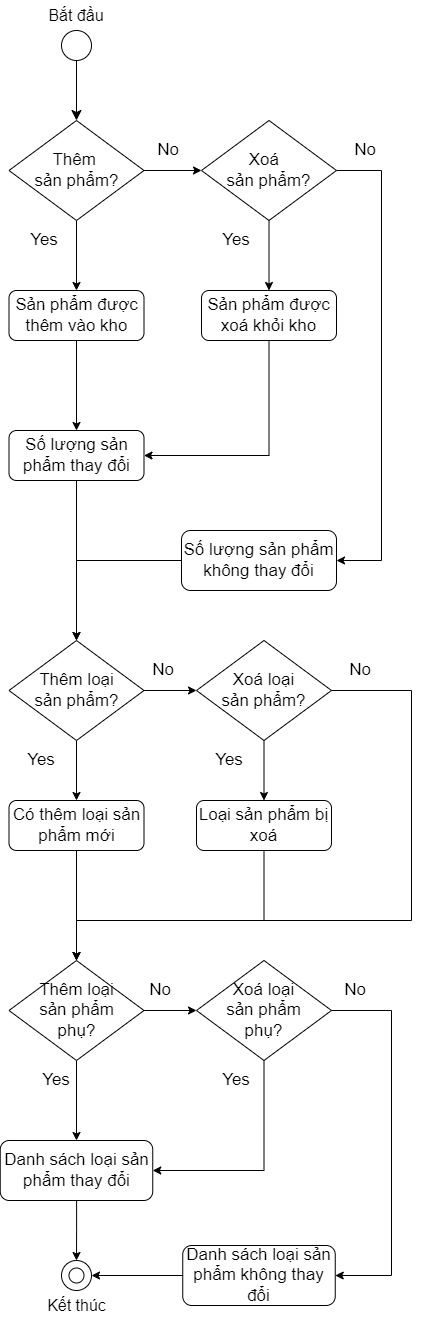
This is Workflow (Manual Testing)/Manage Prod (Admin).png from datnham0212/PC-E-commerce, a draw.io export, as it was before one commit. Source tidied: cells renumbered, new cells last; positions are measured from the earlier drawing's top-left corner, leaving out a move shared by most shapes.
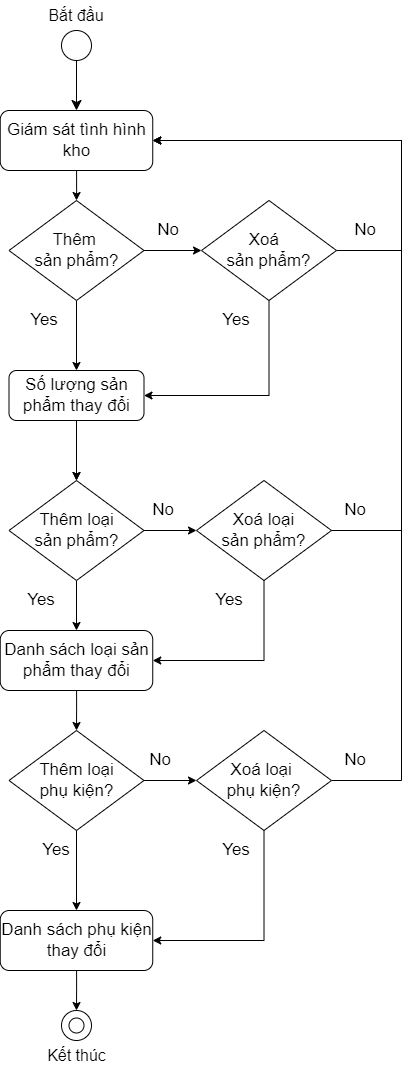
The same file after the commit.

The edit, as a diff of the source:
```diff
@@ -2,11 +2,11 @@
   <root>
     <mxCell id="0" />
     <mxCell id="1" parent="0" />
-    <mxCell id="2" style="edgeStyle=none;curved=1;rounded=0;jettySize=auto;html=1;fontSize=12;startSize=8;endSize=8;entryX=0.5;entryY=0;entryDx=0;entryDy=0;" parent="1" edge="1" source="4" target="13">
+    <mxCell id="2" style="edgeStyle=none;curved=1;rounded=0;jettySize=auto;html=1;fontSize=12;startSize=8;endSize=8;entryX=0.5;entryY=0;entryDx=0;entryDy=0;" parent="1" edge="1" source="4" target="56">
       <mxGeometry relative="1" as="geometry" />
     </mxCell>
     <mxCell id="3" style="group;" parent="1" vertex="1">
-      <mxGeometry x="46" width="60" height="60" as="geometry" />
+      <mxGeometry x="46" y="160" width="60" height="60" as="geometry" />
     </mxCell>
     <mxCell id="4" style="ellipse;whiteSpace=wrap;html=1;" parent="3" vertex="1">
       <mxGeometry x="15" y="30" width="30" height="30" as="geometry" />
@@ -15,7 +15,7 @@
       <mxGeometry width="60" height="30" as="geometry" />
     </mxCell>
     <mxCell id="6" style="group;" parent="1" vertex="1">
-      <mxGeometry x="38.5" y="1260" width="75" height="60" as="geometry" />
+      <mxGeometry x="38.5" y="1170" width="75" height="60" as="geometry" />
     </mxCell>
     <mxCell id="7" style="group;" parent="6" vertex="1">
       <mxGeometry x="22.5" width="30" height="30" as="geometry" />
@@ -36,62 +36,47 @@
       <mxGeometry relative="1" as="geometry" />
     </mxCell>
     <mxCell id="13" value="&lt;span style=&quot;font-size: 17px;&quot;&gt;Thêm&amp;nbsp;&lt;/span&gt;&lt;div&gt;&lt;span style=&quot;font-size: 17px;&quot;&gt;sản phẩm?&lt;/span&gt;&lt;/div&gt;" style="rhombus;whiteSpace=wrap;html=1;" parent="1" vertex="1">
-      <mxGeometry x="8.5" y="120" width="135" height="100" as="geometry" />
+      <mxGeometry x="8.5" y="360" width="135" height="100" as="geometry" />
     </mxCell>
-    <mxCell id="14" style="edgeStyle=orthogonalEdgeStyle;rounded=0;jettySize=auto;html=1;entryX=0.5;entryY=0;entryDx=0;entryDy=0;" parent="1" edge="1" source="15" target="26">
+    <mxCell id="14" style="edgeStyle=orthogonalEdgeStyle;rounded=0;jettySize=auto;html=1;entryX=0.5;entryY=0;entryDx=0;entryDy=0;" parent="1" edge="1" source="15" target="31">
       <mxGeometry relative="1" as="geometry" />
     </mxCell>
-    <mxCell id="15" value="&lt;font style=&quot;font-size: 17px;&quot;&gt;Sản phẩm được thêm vào kho&lt;/font&gt;" style="rounded=1;whiteSpace=wrap;html=1;" parent="1" vertex="1">
-      <mxGeometry x="8.5" y="290" width="135" height="50" as="geometry" />
+    <mxCell id="15" value="&lt;font style=&quot;font-size: 17px;&quot;&gt;Số lượng sản phẩm thay đổi&lt;/font&gt;" style="rounded=1;whiteSpace=wrap;html=1;" parent="1" vertex="1">
+      <mxGeometry x="8.5" y="530" width="135" height="50" as="geometry" />
     </mxCell>
+    <mxCell id="57" style="edgeStyle=orthogonalEdgeStyle;rounded=0;jettySize=auto;html=1;exitX=0;exitY=1;exitDx=0;exitDy=0;entryX=1;entryY=0.5;entryDx=0;entryDy=0;" parent="1" edge="1" source="16" target="56">
+      <mxGeometry relative="1" as="geometry">
+        <Array as="points">
+          <mxPoint x="401" y="410" />
+          <mxPoint x="401" y="300" />
+        </Array>
+      </mxGeometry>
+    </mxCell>
     <mxCell id="16" value="&lt;font style=&quot;font-size: 17px;&quot;&gt;No&lt;/font&gt;" style="text;html=1;align=center;verticalAlign=middle;whiteSpace=wrap;rounded=0;" parent="1" vertex="1">
-      <mxGeometry x="331" y="130" width="67.5" height="40" as="geometry" />
+      <mxGeometry x="331" y="370" width="67.5" height="40" as="geometry" />
     </mxCell>
-    <mxCell id="17" style="edgeStyle=orthogonalEdgeStyle;rounded=0;jettySize=auto;html=1;entryX=0.5;entryY=0;entryDx=0;entryDy=0;" parent="1" edge="1" source="19" target="24">
-      <mxGeometry relative="1" as="geometry" />
+    <mxCell id="17" style="edgeStyle=orthogonalEdgeStyle;rounded=0;jettySize=auto;html=1;entryX=1;entryY=0.5;entryDx=0;entryDy=0;" parent="1" edge="1" source="19" target="15">
+      <mxGeometry relative="1" as="geometry">
+        <Array as="points">
+          <mxPoint x="269" y="555" />
+        </Array>
+      </mxGeometry>
     </mxCell>
-    <mxCell id="18" style="edgeStyle=orthogonalEdgeStyle;rounded=0;jettySize=auto;html=1;entryX=1;entryY=0.5;entryDx=0;entryDy=0;" parent="1" edge="1" source="19" target="28">
-      <mxGeometry relative="1" as="geometry">
-        <Array as="points">
-          <mxPoint x="381" y="170" />
-          <mxPoint x="381" y="560" />
-        </Array>
-      </mxGeometry>
-    </mxCell>
     <mxCell id="19" value="&lt;span style=&quot;font-size: 17px;&quot;&gt;Xoá&amp;nbsp;&amp;nbsp;&lt;/span&gt;&lt;div&gt;&lt;span style=&quot;font-size: 17px;&quot;&gt;sản phẩm?&lt;/span&gt;&lt;/div&gt;" style="rhombus;whiteSpace=wrap;html=1;" parent="1" vertex="1">
-      <mxGeometry x="201" y="120" width="135" height="100" as="geometry" />
+      <mxGeometry x="201" y="360" width="135" height="100" as="geometry" />
     </mxCell>
     <mxCell id="20" value="&lt;font style=&quot;font-size: 17px;&quot;&gt;No&lt;/font&gt;" style="text;html=1;align=center;verticalAlign=middle;whiteSpace=wrap;rounded=0;" parent="1" vertex="1">
-      <mxGeometry x="133.5" y="130" width="67.5" height="40" as="geometry" />
+      <mxGeometry x="133.5" y="370" width="67.5" height="40" as="geometry" />
     </mxCell>
     <mxCell id="21" value="&lt;font style=&quot;font-size: 17px;&quot;&gt;Yes&lt;/font&gt;" style="text;html=1;align=center;verticalAlign=middle;whiteSpace=wrap;rounded=0;" parent="1" vertex="1">
-      <mxGeometry x="8.5" y="220" width="70" height="40" as="geometry" />
+      <mxGeometry x="8.5" y="460" width="70" height="40" as="geometry" />
     </mxCell>
     <mxCell id="22" value="&lt;font style=&quot;font-size: 17px;&quot;&gt;Yes&lt;/font&gt;" style="text;html=1;align=center;verticalAlign=middle;whiteSpace=wrap;rounded=0;" parent="1" vertex="1">
-      <mxGeometry x="201" y="220" width="70" height="40" as="geometry" />
+      <mxGeometry x="201" y="460" width="70" height="40" as="geometry" />
     </mxCell>
-    <mxCell id="23" style="edgeStyle=orthogonalEdgeStyle;rounded=0;jettySize=auto;html=1;entryX=1;entryY=0.5;entryDx=0;entryDy=0;" parent="1" edge="1" source="24" target="26">
-      <mxGeometry relative="1" as="geometry">
-        <Array as="points">
-          <mxPoint x="269" y="455" />
-        </Array>
-      </mxGeometry>
-    </mxCell>
-    <mxCell id="24" value="&lt;font style=&quot;font-size: 17px;&quot;&gt;Sản phẩm được xoá khỏi kho&lt;/font&gt;" style="rounded=1;whiteSpace=wrap;html=1;" parent="1" vertex="1">
-      <mxGeometry x="201" y="290" width="135" height="50" as="geometry" />
-    </mxCell>
-    <mxCell id="25" style="edgeStyle=orthogonalEdgeStyle;rounded=0;jettySize=auto;html=1;entryX=0.5;entryY=0;entryDx=0;entryDy=0;" parent="1" edge="1" source="26" target="31">
+    <mxCell id="25" style="edgeStyle=orthogonalEdgeStyle;rounded=0;jettySize=auto;html=1;entryX=0.5;entryY=0;entryDx=0;entryDy=0;exitX=0.5;exitY=1;exitDx=0;exitDy=0;" parent="1" edge="1" source="15" target="31">
       <mxGeometry relative="1" as="geometry" />
     </mxCell>
-    <mxCell id="26" value="&lt;font style=&quot;font-size: 17px;&quot;&gt;Số lượng sản phẩm thay đổi&lt;/font&gt;" style="rounded=1;whiteSpace=wrap;html=1;" parent="1" vertex="1">
-      <mxGeometry x="8.5" y="430" width="135" height="50" as="geometry" />
-    </mxCell>
-    <mxCell id="27" style="edgeStyle=orthogonalEdgeStyle;rounded=0;jettySize=auto;html=1;entryX=0.5;entryY=0;entryDx=0;entryDy=0;" parent="1" edge="1" source="28" target="31">
-      <mxGeometry relative="1" as="geometry" />
-    </mxCell>
-    <mxCell id="28" value="&lt;font style=&quot;font-size: 17px;&quot;&gt;Số lượng sản phẩm không thay đổi&lt;/font&gt;" style="rounded=1;whiteSpace=wrap;html=1;" parent="1" vertex="1">
-      <mxGeometry x="181" y="530" width="155" height="60" as="geometry" />
-    </mxCell>
     <mxCell id="29" style="edgeStyle=orthogonalEdgeStyle;rounded=0;jettySize=auto;html=1;entryX=0;entryY=0.5;entryDx=0;entryDy=0;" parent="1" edge="1" source="31" target="34">
       <mxGeometry relative="1" as="geometry" />
     </mxCell>
@@ -101,18 +86,13 @@
     <mxCell id="31" value="&lt;span style=&quot;font-size: 17px;&quot;&gt;Thêm loại&lt;/span&gt;&lt;div&gt;&lt;span style=&quot;font-size: 17px;&quot;&gt;sản phẩm?&lt;/span&gt;&lt;/div&gt;" style="rhombus;whiteSpace=wrap;html=1;" parent="1" vertex="1">
       <mxGeometry x="8.5" y="640" width="135" height="100" as="geometry" />
     </mxCell>
-    <mxCell id="32" style="edgeStyle=orthogonalEdgeStyle;rounded=0;jettySize=auto;html=1;entryX=0.5;entryY=0;entryDx=0;entryDy=0;" parent="1" edge="1" source="34" target="47">
-      <mxGeometry relative="1" as="geometry" />
+    <mxCell id="32" style="edgeStyle=orthogonalEdgeStyle;rounded=0;jettySize=auto;html=1;entryX=1;entryY=0.5;entryDx=0;entryDy=0;" parent="1" edge="1" source="34" target="44">
+      <mxGeometry relative="1" as="geometry">
+        <Array as="points">
+          <mxPoint x="264" y="820" />
+        </Array>
+      </mxGeometry>
     </mxCell>
-    <mxCell id="33" style="edgeStyle=orthogonalEdgeStyle;rounded=0;jettySize=auto;html=1;entryX=0.5;entryY=0;entryDx=0;entryDy=0;" parent="1" edge="1" source="34" target="37">
-      <mxGeometry relative="1" as="geometry">
-        <Array as="points">
-          <mxPoint x="411" y="690" />
-          <mxPoint x="411" y="920" />
-          <mxPoint x="76" y="920" />
-        </Array>
-      </mxGeometry>
-    </mxCell>
     <mxCell id="34" value="&lt;span style=&quot;font-size: 17px;&quot;&gt;Xoá loại&lt;/span&gt;&lt;div&gt;&lt;span style=&quot;font-size: 17px;&quot;&gt;sản phẩm?&lt;/span&gt;&lt;/div&gt;" style="rhombus;whiteSpace=wrap;html=1;" parent="1" vertex="1">
       <mxGeometry x="196" y="640" width="135" height="100" as="geometry" />
     </mxCell>
@@ -122,26 +102,26 @@
     <mxCell id="36" style="edgeStyle=orthogonalEdgeStyle;rounded=0;jettySize=auto;html=1;entryX=0.5;entryY=0;entryDx=0;entryDy=0;" parent="1" edge="1" source="37" target="51">
       <mxGeometry relative="1" as="geometry" />
     </mxCell>
-    <mxCell id="37" value="&lt;span style=&quot;font-size: 17px;&quot;&gt;Thêm loại&lt;/span&gt;&lt;div&gt;&lt;span style=&quot;font-size: 17px;&quot;&gt;sản phẩm&lt;/span&gt;&lt;/div&gt;&lt;div&gt;&lt;span style=&quot;font-size: 17px;&quot;&gt;phụ?&lt;/span&gt;&lt;/div&gt;" style="rhombus;whiteSpace=wrap;html=1;" parent="1" vertex="1">
-      <mxGeometry x="8.5" y="960" width="135" height="100" as="geometry" />
+    <mxCell id="37" value="&lt;span style=&quot;font-size: 17px;&quot;&gt;Thêm loại&lt;/span&gt;&lt;div&gt;&lt;span style=&quot;font-size: 17px;&quot;&gt;phụ kiện?&lt;/span&gt;&lt;/div&gt;" style="rhombus;whiteSpace=wrap;html=1;" parent="1" vertex="1">
+      <mxGeometry x="8.5" y="890" width="135" height="100" as="geometry" />
     </mxCell>
     <mxCell id="38" style="edgeStyle=orthogonalEdgeStyle;rounded=0;jettySize=auto;html=1;entryX=1;entryY=0.5;entryDx=0;entryDy=0;" parent="1" edge="1" source="40" target="51">
       <mxGeometry relative="1" as="geometry">
         <Array as="points">
-          <mxPoint x="264" y="1170" />
+          <mxPoint x="264" y="1100" />
         </Array>
       </mxGeometry>
     </mxCell>
-    <mxCell id="39" style="edgeStyle=orthogonalEdgeStyle;rounded=0;jettySize=auto;html=1;exitX=1;exitY=0.5;exitDx=0;exitDy=0;entryX=1;entryY=0.5;entryDx=0;entryDy=0;" parent="1" edge="1" source="40" target="56">
+    <mxCell id="39" style="edgeStyle=orthogonalEdgeStyle;rounded=0;jettySize=auto;html=1;entryX=1;entryY=0.5;entryDx=0;entryDy=0;exitX=1;exitY=0.5;exitDx=0;exitDy=0;" parent="1" edge="1" source="40" target="56">
       <mxGeometry relative="1" as="geometry">
         <Array as="points">
-          <mxPoint x="391" y="1010" />
-          <mxPoint x="391" y="1275" />
+          <mxPoint x="401" y="940" />
+          <mxPoint x="401" y="300" />
         </Array>
       </mxGeometry>
     </mxCell>
-    <mxCell id="40" value="&lt;span style=&quot;font-size: 17px;&quot;&gt;Xoá loại&lt;/span&gt;&lt;div&gt;&lt;span style=&quot;font-size: 17px;&quot;&gt;sản phẩm&lt;/span&gt;&lt;/div&gt;&lt;div&gt;&lt;span style=&quot;font-size: 17px;&quot;&gt;phụ?&lt;/span&gt;&lt;/div&gt;" style="rhombus;whiteSpace=wrap;html=1;" parent="1" vertex="1">
-      <mxGeometry x="196" y="960" width="135" height="100" as="geometry" />
+    <mxCell id="40" value="&lt;span style=&quot;font-size: 17px;&quot;&gt;Xoá loại&amp;nbsp;&lt;/span&gt;&lt;div&gt;&lt;span style=&quot;font-size: 17px;&quot;&gt;phụ kiện?&lt;/span&gt;&lt;/div&gt;" style="rhombus;whiteSpace=wrap;html=1;" parent="1" vertex="1">
+      <mxGeometry x="196" y="890" width="135" height="100" as="geometry" />
     </mxCell>
     <mxCell id="41" value="&lt;font style=&quot;font-size: 17px;&quot;&gt;No&lt;/font&gt;" style="text;html=1;align=center;verticalAlign=middle;whiteSpace=wrap;rounded=0;" parent="1" vertex="1">
       <mxGeometry x="128.5" y="650" width="67.5" height="40" as="geometry" />
@@ -152,49 +132,46 @@
     <mxCell id="43" style="edgeStyle=orthogonalEdgeStyle;rounded=0;jettySize=auto;html=1;entryX=0.5;entryY=0;entryDx=0;entryDy=0;" parent="1" edge="1" source="44" target="37">
       <mxGeometry relative="1" as="geometry" />
     </mxCell>
-    <mxCell id="44" value="&lt;font style=&quot;font-size: 17px;&quot;&gt;Có thêm loại sản phẩm mới&lt;/font&gt;" style="rounded=1;whiteSpace=wrap;html=1;" parent="1" vertex="1">
-      <mxGeometry x="8.5" y="800" width="135" height="50" as="geometry" />
+    <mxCell id="44" value="&lt;font style=&quot;font-size: 17px;&quot;&gt;Danh sách loại sản phẩm thay đổi&lt;/font&gt;" style="rounded=1;whiteSpace=wrap;html=1;" parent="1" vertex="1">
+      <mxGeometry x="-0.2" y="790" width="152.5" height="60" as="geometry" />
     </mxCell>
     <mxCell id="45" value="&lt;font style=&quot;font-size: 17px;&quot;&gt;Yes&lt;/font&gt;" style="text;html=1;align=center;verticalAlign=middle;whiteSpace=wrap;rounded=0;" parent="1" vertex="1">
       <mxGeometry x="193.5" y="740" width="70" height="40" as="geometry" />
     </mxCell>
-    <mxCell id="46" style="edgeStyle=orthogonalEdgeStyle;rounded=0;jettySize=auto;html=1;entryX=0.5;entryY=0;entryDx=0;entryDy=0;" parent="1" edge="1" source="47" target="37">
-      <mxGeometry relative="1" as="geometry">
-        <Array as="points">
-          <mxPoint x="264" y="920" />
-          <mxPoint x="76" y="920" />
-        </Array>
-      </mxGeometry>
-    </mxCell>
-    <mxCell id="47" value="&lt;font style=&quot;font-size: 17px;&quot;&gt;Loại sản phẩm bị xoá&lt;/font&gt;" style="rounded=1;whiteSpace=wrap;html=1;" parent="1" vertex="1">
-      <mxGeometry x="196" y="800" width="135" height="50" as="geometry" />
-    </mxCell>
+    <mxCell id="58" style="edgeStyle=orthogonalEdgeStyle;rounded=0;jettySize=auto;html=1;entryX=1;entryY=0.5;entryDx=0;entryDy=0;exitX=1;exitY=0.5;exitDx=0;exitDy=0;" parent="1" edge="1" source="34" target="56">
+      <mxGeometry relative="1" as="geometry">
+        <Array as="points">
+          <mxPoint x="401" y="690" />
+          <mxPoint x="401" y="300" />
+        </Array>
+      </mxGeometry>
+    </mxCell>
     <mxCell id="48" value="&lt;font style=&quot;font-size: 17px;&quot;&gt;No&lt;/font&gt;" style="text;html=1;align=center;verticalAlign=middle;whiteSpace=wrap;rounded=0;" parent="1" vertex="1">
-      <mxGeometry x="326" y="650" width="67.5" height="40" as="geometry" />
+      <mxGeometry x="321" y="650" width="67.5" height="40" as="geometry" />
     </mxCell>
     <mxCell id="49" value="&lt;font style=&quot;font-size: 17px;&quot;&gt;No&lt;/font&gt;" style="text;html=1;align=center;verticalAlign=middle;whiteSpace=wrap;rounded=0;" parent="1" vertex="1">
-      <mxGeometry x="126" y="970" width="67.5" height="40" as="geometry" />
+      <mxGeometry x="126" y="900" width="67.5" height="40" as="geometry" />
     </mxCell>
     <mxCell id="50" style="edgeStyle=orthogonalEdgeStyle;rounded=0;jettySize=auto;html=1;entryX=0.5;entryY=0;entryDx=0;entryDy=0;" parent="1" edge="1" source="51" target="8">
       <mxGeometry relative="1" as="geometry" />
     </mxCell>
-    <mxCell id="51" value="&lt;font style=&quot;font-size: 17px;&quot;&gt;Danh sách loại sản phẩm thay đổi&lt;/font&gt;" style="rounded=1;whiteSpace=wrap;html=1;" parent="1" vertex="1">
-      <mxGeometry x="-0.2" y="1140" width="152.5" height="60" as="geometry" />
+    <mxCell id="51" value="&lt;font style=&quot;font-size: 17px;&quot;&gt;Danh sách phụ kiện thay đổi&lt;/font&gt;" style="rounded=1;whiteSpace=wrap;html=1;" parent="1" vertex="1">
+      <mxGeometry x="-0.2" y="1070" width="152.5" height="60" as="geometry" />
     </mxCell>
     <mxCell id="52" value="&lt;font style=&quot;font-size: 17px;&quot;&gt;Yes&lt;/font&gt;" style="text;html=1;align=center;verticalAlign=middle;whiteSpace=wrap;rounded=0;" parent="1" vertex="1">
-      <mxGeometry x="21" y="1060" width="70" height="40" as="geometry" />
+      <mxGeometry x="21" y="990" width="70" height="40" as="geometry" />
     </mxCell>
     <mxCell id="53" value="&lt;font style=&quot;font-size: 17px;&quot;&gt;Yes&lt;/font&gt;" style="text;html=1;align=center;verticalAlign=middle;whiteSpace=wrap;rounded=0;" parent="1" vertex="1">
-      <mxGeometry x="201" y="1060" width="70" height="40" as="geometry" />
+      <mxGeometry x="201" y="990" width="70" height="40" as="geometry" />
     </mxCell>
     <mxCell id="54" value="&lt;font style=&quot;font-size: 17px;&quot;&gt;No&lt;/font&gt;" style="text;html=1;align=center;verticalAlign=middle;whiteSpace=wrap;rounded=0;" parent="1" vertex="1">
-      <mxGeometry x="321" y="970" width="67.5" height="40" as="geometry" />
+      <mxGeometry x="321" y="900" width="67.5" height="40" as="geometry" />
     </mxCell>
-    <mxCell id="55" style="edgeStyle=orthogonalEdgeStyle;rounded=0;jettySize=auto;html=1;entryX=1;entryY=0.5;entryDx=0;entryDy=0;" parent="1" edge="1" source="56" target="8">
-      <mxGeometry relative="1" as="geometry" />
-    </mxCell>
+    <mxCell id="59" style="edgeStyle=orthogonalEdgeStyle;rounded=0;jettySize=auto;html=1;entryX=0.5;entryY=0;entryDx=0;entryDy=0;" parent="1" edge="1" source="56" target="13">
+      <mxGeometry relative="1" as="geometry" />
+    </mxCell>
-    <mxCell id="56" value="&lt;font style=&quot;font-size: 17px;&quot;&gt;Danh sách loại sản phẩm không thay đổi&lt;/font&gt;" style="rounded=1;whiteSpace=wrap;html=1;" parent="1" vertex="1">
-      <mxGeometry x="182.2" y="1245" width="152.5" height="60" as="geometry" />
+    <mxCell id="56" value="&lt;font style=&quot;font-size: 17px;&quot;&gt;Giám sát tình hình kho&lt;/font&gt;" style="rounded=1;whiteSpace=wrap;html=1;" parent="1" vertex="1">
+      <mxGeometry x="-0.2" y="270" width="152.5" height="60" as="geometry" />
     </mxCell>
   </root>
 </mxGraphModel>
```
